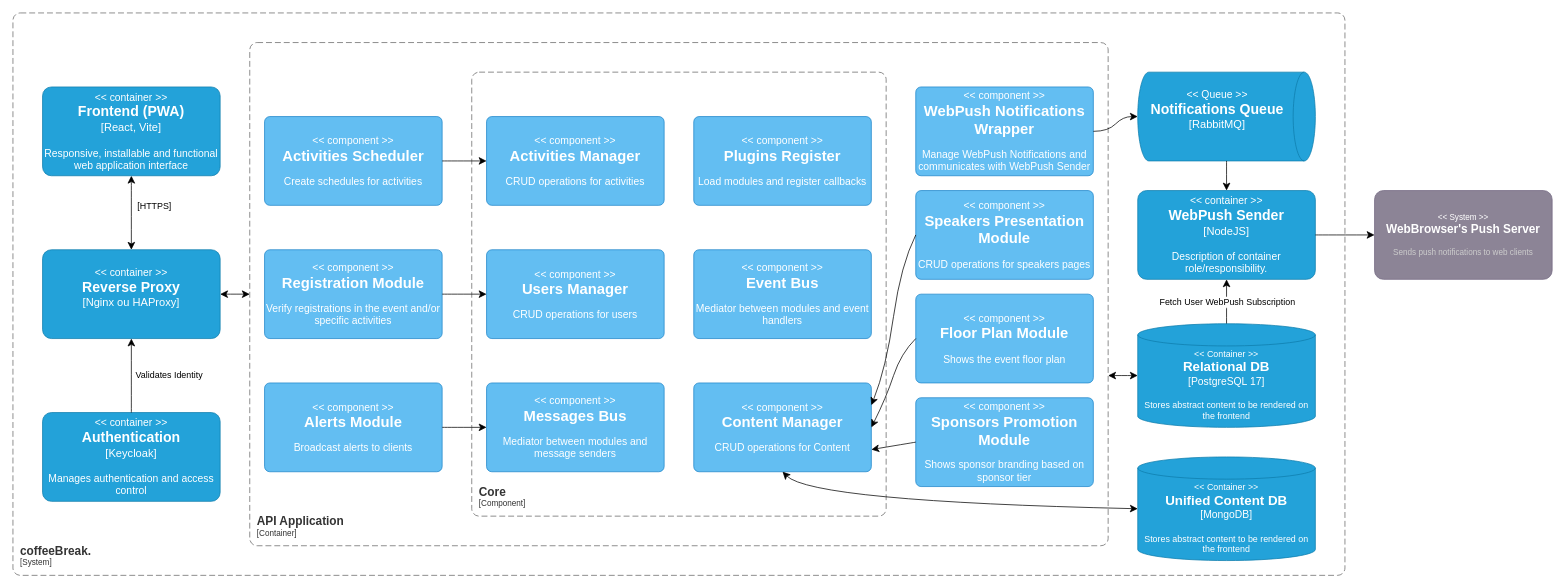
Before: page "ComponentsDiagramC4" (5 of 6) of coffeeBreak.drawio in PI-coffeeBreak/diagrams, a draw.io diagram. Source tidied: cells renumbered, new cells numbered last; positions are measured from the earlier drawing's top-left corner, leaving out a move shared by most shapes. Both pictures are drawn from the tidied source at 74%, with x=0, y=0 at pixel (13, 13).
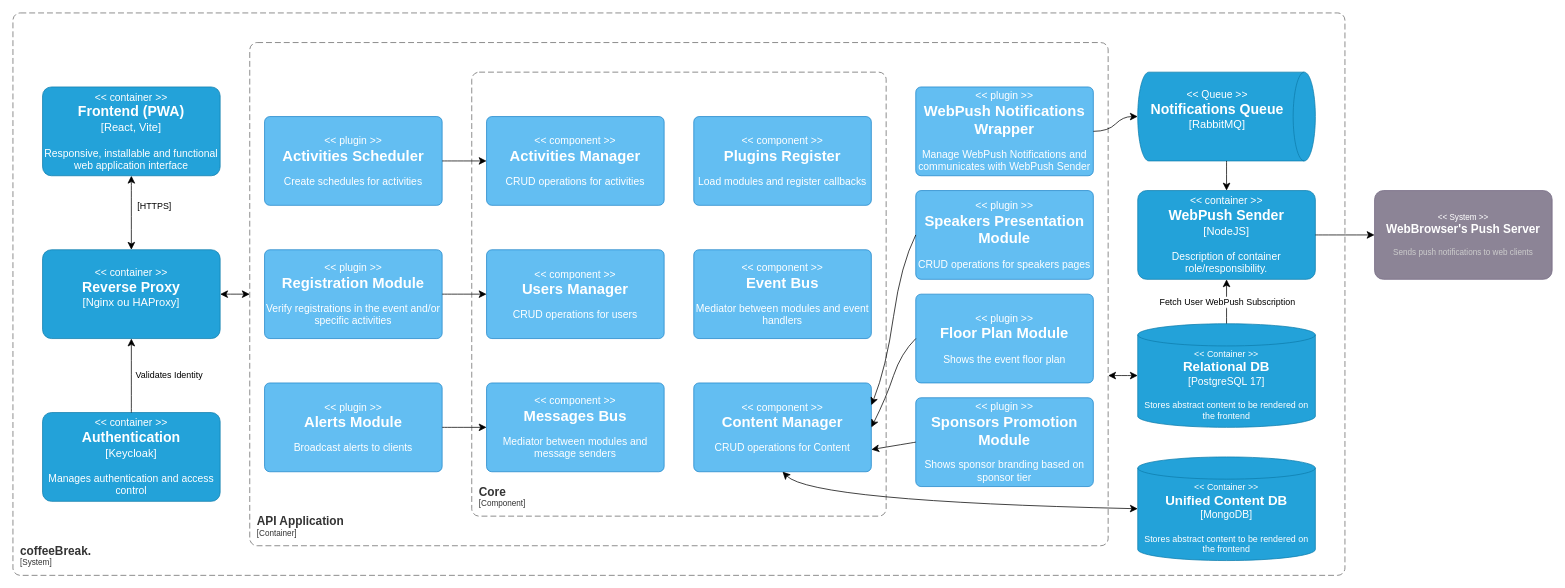
The same page after the edit.

Commit message:
But plugin label on plugins

What changed in the source:
```diff
@@
-    <object id="8" label="&lt;font style=&quot;font-size: 14px&quot;&gt;&lt;div&gt;&lt;&lt; %c4Type% &gt;&gt;&lt;/div&gt;&lt;/font&gt;&lt;font style=&quot;font-size: 20px&quot;&gt;&lt;/div&gt;&lt;b&gt;%c4Name%&lt;/b&gt;&lt;/font&gt;&lt;br&gt;&lt;br&gt;&lt;div&gt;&lt;font style=&quot;font-size: 14px&quot;&gt;%c4Description%&lt;/font&gt;&lt;/div&gt;" c4Description="Verify registrations in the event and/or specific activities" c4Name="Registration Module" c4Type="component" placeholders="1">
+    <object id="8" label="&lt;font style=&quot;font-size: 14px&quot;&gt;&lt;div&gt;&lt;&lt; %c4Type% &gt;&gt;&lt;/div&gt;&lt;/font&gt;&lt;font style=&quot;font-size: 20px&quot;&gt;&lt;/div&gt;&lt;b&gt;%c4Name%&lt;/b&gt;&lt;/font&gt;&lt;br&gt;&lt;br&gt;&lt;div&gt;&lt;font style=&quot;font-size: 14px&quot;&gt;%c4Description%&lt;/font&gt;&lt;/div&gt;" c4Description="Verify registrations in the event and/or specific activities" c4Name="Registration Module" c4Type="plugin" placeholders="1">
       <mxCell style="rounded=1;whiteSpace=wrap;html=1;labelBackgroundColor=none;fillColor=#63BEF2;fontColor=#ffffff;align=center;arcSize=6;strokeColor=#2086C9;points=[[0.25,0,0],[0.5,0,0],[0.75,0,0],[1,0.25,0],[1,0.5,0],[1,0.75,0],[0.75,1,0],[0.5,1,0],[0.25,1,0],[0,0.75,0],[0,0.5,0],[0,0.25,0]];" parent="1" vertex="1">
         <mxGeometry x="340" y="320" width="240" height="120" as="geometry" />
       </mxCell>
     </object>
-    <object id="9" label="&lt;font style=&quot;font-size: 14px&quot;&gt;&lt;div&gt;&lt;&lt; %c4Type% &gt;&gt;&lt;/div&gt;&lt;/font&gt;&lt;font style=&quot;font-size: 20px&quot;&gt;&lt;/div&gt;&lt;b&gt;%c4Name%&lt;/b&gt;&lt;/font&gt;&lt;br&gt;&lt;br&gt;&lt;div&gt;&lt;font style=&quot;font-size: 14px&quot;&gt;%c4Description%&lt;/font&gt;&lt;/div&gt;" c4Description="Create schedules for activities" c4Name="Activities Scheduler" c4Type="component" placeholders="1">
+    <object id="9" label="&lt;font style=&quot;font-size: 14px&quot;&gt;&lt;div&gt;&lt;&lt; %c4Type% &gt;&gt;&lt;/div&gt;&lt;/font&gt;&lt;font style=&quot;font-size: 20px&quot;&gt;&lt;/div&gt;&lt;b&gt;%c4Name%&lt;/b&gt;&lt;/font&gt;&lt;br&gt;&lt;br&gt;&lt;div&gt;&lt;font style=&quot;font-size: 14px&quot;&gt;%c4Description%&lt;/font&gt;&lt;/div&gt;" c4Description="Create schedules for activities" c4Name="Activities Scheduler" c4Type="plugin" placeholders="1">
       <mxCell style="rounded=1;whiteSpace=wrap;html=1;labelBackgroundColor=none;fillColor=#63BEF2;fontColor=#ffffff;align=center;arcSize=6;strokeColor=#2086C9;points=[[0.25,0,0],[0.5,0,0],[0.75,0,0],[1,0.25,0],[1,0.5,0],[1,0.75,0],[0.75,1,0],[0.5,1,0],[0.25,1,0],[0,0.75,0],[0,0.5,0],[0,0.25,0]];" parent="1" vertex="1">
         <mxGeometry x="340" y="140" width="240" height="120" as="geometry" />
       </mxCell>
     </object>
@@
-    <object id="12" label="&lt;font style=&quot;font-size: 14px&quot;&gt;&lt;div&gt;&lt;&lt; %c4Type% &gt;&gt;&lt;/div&gt;&lt;/font&gt;&lt;font style=&quot;font-size: 20px&quot;&gt;&lt;/div&gt;&lt;b&gt;%c4Name%&lt;/b&gt;&lt;/font&gt;&lt;br&gt;&lt;br&gt;&lt;div&gt;&lt;font style=&quot;font-size: 14px&quot;&gt;%c4Description%&lt;/font&gt;&lt;/div&gt;" c4Description="Manage WebPush Notifications and communicates with WebPush Sender" c4Name="WebPush Notifications Wrapper" c4Type="component" placeholders="1">
+    <object id="12" label="&lt;font style=&quot;font-size: 14px&quot;&gt;&lt;div&gt;&lt;&lt; %c4Type% &gt;&gt;&lt;/div&gt;&lt;/font&gt;&lt;font style=&quot;font-size: 20px&quot;&gt;&lt;/div&gt;&lt;b&gt;%c4Name%&lt;/b&gt;&lt;/font&gt;&lt;br&gt;&lt;br&gt;&lt;div&gt;&lt;font style=&quot;font-size: 14px&quot;&gt;%c4Description%&lt;/font&gt;&lt;/div&gt;" c4Description="Manage WebPush Notifications and communicates with WebPush Sender" c4Name="WebPush Notifications Wrapper" c4Type="plugin" placeholders="1">
       <mxCell style="rounded=1;whiteSpace=wrap;html=1;labelBackgroundColor=none;fillColor=#63BEF2;fontColor=#ffffff;align=center;arcSize=6;strokeColor=#2086C9;points=[[0.25,0,0],[0.5,0,0],[0.75,0,0],[1,0.25,0],[1,0.5,0],[1,0.75,0],[0.75,1,0],[0.5,1,0],[0.25,1,0],[0,0.75,0],[0,0.5,0],[0,0.25,0]];" parent="1" vertex="1">
         <mxGeometry x="1220" y="100" width="240" height="120" as="geometry" />
       </mxCell>
     </object>
-    <object id="13" label="&lt;font style=&quot;font-size: 14px&quot;&gt;&lt;div&gt;&lt;&lt; %c4Type% &gt;&gt;&lt;/div&gt;&lt;/font&gt;&lt;font style=&quot;font-size: 20px&quot;&gt;&lt;/div&gt;&lt;b&gt;%c4Name%&lt;/b&gt;&lt;/font&gt;&lt;br&gt;&lt;br&gt;&lt;div&gt;&lt;font style=&quot;font-size: 14px&quot;&gt;%c4Description%&lt;/font&gt;&lt;/div&gt;" c4Description="CRUD operations for speakers pages" c4Name="Speakers Presentation Module" c4Type="component" placeholders="1">
+    <object id="13" label="&lt;font style=&quot;font-size: 14px&quot;&gt;&lt;div&gt;&lt;&lt; %c4Type% &gt;&gt;&lt;/div&gt;&lt;/font&gt;&lt;font style=&quot;font-size: 20px&quot;&gt;&lt;/div&gt;&lt;b&gt;%c4Name%&lt;/b&gt;&lt;/font&gt;&lt;br&gt;&lt;br&gt;&lt;div&gt;&lt;font style=&quot;font-size: 14px&quot;&gt;%c4Description%&lt;/font&gt;&lt;/div&gt;" c4Description="CRUD operations for speakers pages" c4Name="Speakers Presentation Module" c4Type="plugin" placeholders="1">
       <mxCell style="rounded=1;whiteSpace=wrap;html=1;labelBackgroundColor=none;fillColor=#63BEF2;fontColor=#ffffff;align=center;arcSize=6;strokeColor=#2086C9;points=[[0.25,0,0],[0.5,0,0],[0.75,0,0],[1,0.25,0],[1,0.5,0],[1,0.75,0],[0.75,1,0],[0.5,1,0],[0.25,1,0],[0,0.75,0],[0,0.5,0],[0,0.25,0]];" parent="1" vertex="1">
         <mxGeometry x="1220" y="240" width="240" height="120" as="geometry" />
       </mxCell>
     </object>
-    <object id="14" label="&lt;font style=&quot;font-size: 14px&quot;&gt;&lt;div&gt;&lt;&lt; %c4Type% &gt;&gt;&lt;/div&gt;&lt;/font&gt;&lt;font style=&quot;font-size: 20px&quot;&gt;&lt;/div&gt;&lt;b&gt;%c4Name%&lt;/b&gt;&lt;/font&gt;&lt;br&gt;&lt;br&gt;&lt;div&gt;&lt;font style=&quot;font-size: 14px&quot;&gt;%c4Description%&lt;/font&gt;&lt;/div&gt;" c4Description="Shows the event floor plan" c4Name="Floor Plan Module" c4Type="component" placeholders="1">
+    <object id="14" label="&lt;font style=&quot;font-size: 14px&quot;&gt;&lt;div&gt;&lt;&lt; %c4Type% &gt;&gt;&lt;/div&gt;&lt;/font&gt;&lt;font style=&quot;font-size: 20px&quot;&gt;&lt;/div&gt;&lt;b&gt;%c4Name%&lt;/b&gt;&lt;/font&gt;&lt;br&gt;&lt;br&gt;&lt;div&gt;&lt;font style=&quot;font-size: 14px&quot;&gt;%c4Description%&lt;/font&gt;&lt;/div&gt;" c4Description="Shows the event floor plan" c4Name="Floor Plan Module" c4Type="plugin" placeholders="1">
       <mxCell style="rounded=1;whiteSpace=wrap;html=1;labelBackgroundColor=none;fillColor=#63BEF2;fontColor=#ffffff;align=center;arcSize=6;strokeColor=#2086C9;points=[[0.25,0,0],[0.5,0,0],[0.75,0,0],[1,0.25,0],[1,0.5,0],[1,0.75,0],[0.75,1,0],[0.5,1,0],[0.25,1,0],[0,0.75,0],[0,0.5,0],[0,0.25,0]];" parent="1" vertex="1">
         <mxGeometry x="1220" y="380" width="240" height="120" as="geometry" />
       </mxCell>
     </object>
-    <object id="15" label="&lt;font style=&quot;font-size: 14px&quot;&gt;&lt;div&gt;&lt;&lt; %c4Type% &gt;&gt;&lt;/div&gt;&lt;/font&gt;&lt;font style=&quot;font-size: 20px&quot;&gt;&lt;/div&gt;&lt;b&gt;%c4Name%&lt;/b&gt;&lt;/font&gt;&lt;br&gt;&lt;br&gt;&lt;div&gt;&lt;font style=&quot;font-size: 14px&quot;&gt;%c4Description%&lt;/font&gt;&lt;/div&gt;" c4Description="Broadcast alerts to clients" c4Name="Alerts Module" c4Type="component" placeholders="1">
+    <object id="15" label="&lt;font style=&quot;font-size: 14px&quot;&gt;&lt;div&gt;&lt;&lt; %c4Type% &gt;&gt;&lt;/div&gt;&lt;/font&gt;&lt;font style=&quot;font-size: 20px&quot;&gt;&lt;/div&gt;&lt;b&gt;%c4Name%&lt;/b&gt;&lt;/font&gt;&lt;br&gt;&lt;br&gt;&lt;div&gt;&lt;font style=&quot;font-size: 14px&quot;&gt;%c4Description%&lt;/font&gt;&lt;/div&gt;" c4Description="Broadcast alerts to clients" c4Name="Alerts Module" c4Type="plugin" placeholders="1">
       <mxCell style="rounded=1;whiteSpace=wrap;html=1;labelBackgroundColor=none;fillColor=#63BEF2;fontColor=#ffffff;align=center;arcSize=6;strokeColor=#2086C9;points=[[0.25,0,0],[0.5,0,0],[0.75,0,0],[1,0.25,0],[1,0.5,0],[1,0.75,0],[0.75,1,0],[0.5,1,0],[0.25,1,0],[0,0.75,0],[0,0.5,0],[0,0.25,0]];" parent="1" vertex="1">
         <mxGeometry x="340" y="500" width="240" height="120" as="geometry" />
       </mxCell>
     </object>
@@
-    <object id="22" label="&lt;font style=&quot;font-size: 14px&quot;&gt;&lt;div&gt;&lt;&lt; %c4Type% &gt;&gt;&lt;/div&gt;&lt;/font&gt;&lt;font style=&quot;font-size: 20px&quot;&gt;&lt;/div&gt;&lt;b&gt;%c4Name%&lt;/b&gt;&lt;/font&gt;&lt;br&gt;&lt;br&gt;&lt;div&gt;&lt;font style=&quot;font-size: 14px&quot;&gt;%c4Description%&lt;/font&gt;&lt;/div&gt;" c4Description="Shows sponsor branding based on sponsor tier" c4Name="Sponsors Promotion Module" c4Type="component" placeholders="1">
+    <object id="22" label="&lt;font style=&quot;font-size: 14px&quot;&gt;&lt;div&gt;&lt;&lt; %c4Type% &gt;&gt;&lt;/div&gt;&lt;/font&gt;&lt;font style=&quot;font-size: 20px&quot;&gt;&lt;/div&gt;&lt;b&gt;%c4Name%&lt;/b&gt;&lt;/font&gt;&lt;br&gt;&lt;br&gt;&lt;div&gt;&lt;font style=&quot;font-size: 14px&quot;&gt;%c4Description%&lt;/font&gt;&lt;/div&gt;" c4Description="Shows sponsor branding based on sponsor tier" c4Name="Sponsors Promotion Module" c4Type="plugin" placeholders="1">
       <mxCell style="rounded=1;whiteSpace=wrap;html=1;labelBackgroundColor=none;fillColor=#63BEF2;fontColor=#ffffff;align=center;arcSize=6;strokeColor=#2086C9;points=[[0.25,0,0],[0.5,0,0],[0.75,0,0],[1,0.25,0],[1,0.5,0],[1,0.75,0],[0.75,1,0],[0.5,1,0],[0.25,1,0],[0,0.75,0],[0,0.5,0],[0,0.25,0]];" parent="1" vertex="1">
         <mxGeometry x="1220" y="520" width="240" height="120" as="geometry" />
       </mxCell>
     </object>
```
